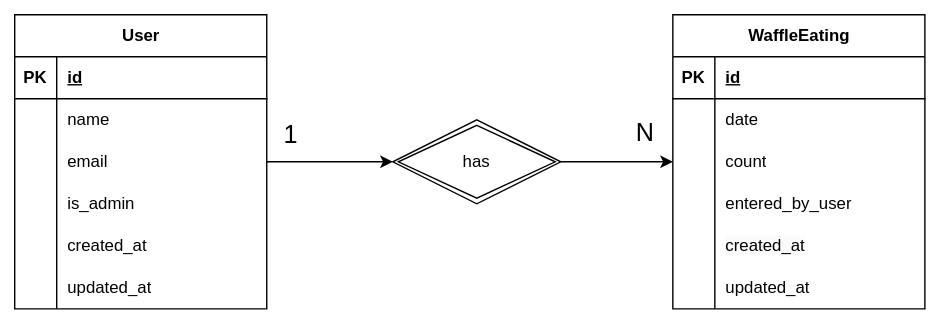
lchristmann/waffle-dashboard keeps this draw.io diagram as docs/diagrams/db-schema.drawio.svg. Above is the earlier version. Source tidied: cells renumbered, new cells last; positions are measured from the earlier drawing's top-left corner, leaving out a move shared by most shapes. Its diagram source:
```xml
<mxGraphModel background="#ffffff">
  <root>
    <mxCell id="0" />
    <mxCell id="1" parent="0" />
    <mxCell id="2" style="edgeStyle=none;html=1;" parent="1" edge="1" source="3" target="43">
      <mxGeometry relative="1" as="geometry" />
    </mxCell>
    <mxCell id="3" value="&lt;span style=&quot;background-color: light-dark(#ffffff, var(--ge-dark-color, #121212));&quot;&gt;User&lt;/span&gt;" style="shape=table;startSize=30;rowLines=0;fontStyle=1;align=center;html=1;strokeColor=default;fillColor=default;labelBackgroundColor=default;" parent="1" vertex="1">
      <mxGeometry width="180" height="210" as="geometry" />
    </mxCell>
    <mxCell id="4" style="shape=tableRow;horizontal=0;startSize=0;swimlaneHead=0;swimlaneBody=0;fillColor=none;top=0;left=0;right=0;bottom=1;" parent="3" vertex="1">
      <mxGeometry y="30" width="180" height="30" as="geometry" />
    </mxCell>
    <mxCell id="5" value="PK" style="shape=partialRectangle;fillColor=none;top=0;left=0;bottom=0;right=0;fontStyle=1;overflow=hidden;whiteSpace=wrap;html=1;" parent="4" vertex="1">
      <mxGeometry width="30" height="30" as="geometry" />
    </mxCell>
    <mxCell id="6" value="id" style="shape=partialRectangle;fillColor=none;top=0;left=0;bottom=0;right=0;align=left;spacingLeft=6;fontStyle=5;overflow=hidden;whiteSpace=wrap;html=1;" parent="4" vertex="1">
      <mxGeometry x="30" width="150" height="30" as="geometry" />
    </mxCell>
    <mxCell id="7" style="shape=tableRow;horizontal=0;startSize=0;swimlaneHead=0;swimlaneBody=0;fillColor=none;top=0;left=0;right=0;bottom=0;" parent="3" vertex="1">
      <mxGeometry y="60" width="180" height="30" as="geometry" />
    </mxCell>
    <mxCell id="8" style="shape=partialRectangle;fillColor=none;top=0;left=0;bottom=0;right=0;overflow=hidden;whiteSpace=wrap;html=1;" parent="7" vertex="1">
      <mxGeometry width="30" height="30" as="geometry" />
    </mxCell>
    <mxCell id="9" value="name" style="shape=partialRectangle;fillColor=none;top=0;left=0;bottom=0;right=0;align=left;spacingLeft=6;overflow=hidden;whiteSpace=wrap;html=1;" parent="7" vertex="1">
      <mxGeometry x="30" width="150" height="30" as="geometry" />
    </mxCell>
    <mxCell id="10" style="shape=tableRow;horizontal=0;startSize=0;swimlaneHead=0;swimlaneBody=0;fillColor=none;top=0;left=0;right=0;bottom=0;" parent="3" vertex="1">
      <mxGeometry y="90" width="180" height="30" as="geometry" />
    </mxCell>
    <mxCell id="11" style="shape=partialRectangle;fillColor=none;top=0;left=0;bottom=0;right=0;overflow=hidden;whiteSpace=wrap;html=1;" parent="10" vertex="1">
      <mxGeometry width="30" height="30" as="geometry" />
    </mxCell>
    <mxCell id="12" value="email" style="shape=partialRectangle;fillColor=none;top=0;left=0;bottom=0;right=0;align=left;spacingLeft=6;overflow=hidden;whiteSpace=wrap;html=1;" parent="10" vertex="1">
      <mxGeometry x="30" width="150" height="30" as="geometry" />
    </mxCell>
    <mxCell id="13" style="shape=tableRow;horizontal=0;startSize=0;swimlaneHead=0;swimlaneBody=0;fillColor=none;top=0;left=0;right=0;bottom=0;" parent="3" vertex="1">
      <mxGeometry y="120" width="180" height="30" as="geometry" />
    </mxCell>
    <mxCell id="14" style="shape=partialRectangle;fillColor=none;top=0;left=0;bottom=0;right=0;overflow=hidden;whiteSpace=wrap;html=1;" parent="13" vertex="1">
      <mxGeometry width="30" height="30" as="geometry" />
    </mxCell>
    <mxCell id="15" value="is_admin" style="shape=partialRectangle;fillColor=none;top=0;left=0;bottom=0;right=0;align=left;spacingLeft=6;overflow=hidden;whiteSpace=wrap;html=1;" parent="13" vertex="1">
      <mxGeometry x="30" width="150" height="30" as="geometry" />
    </mxCell>
    <mxCell id="16" style="shape=tableRow;horizontal=0;startSize=0;swimlaneHead=0;swimlaneBody=0;fillColor=none;top=0;left=0;right=0;bottom=0;" parent="3" vertex="1">
      <mxGeometry y="150" width="180" height="30" as="geometry" />
    </mxCell>
    <mxCell id="17" style="shape=partialRectangle;fillColor=none;top=0;left=0;bottom=0;right=0;overflow=hidden;whiteSpace=wrap;html=1;" parent="16" vertex="1">
      <mxGeometry width="30" height="30" as="geometry" />
    </mxCell>
    <mxCell id="18" value="&lt;span style=&quot;color: rgb(0, 0, 0);&quot;&gt;created_at&lt;/span&gt;" style="shape=partialRectangle;fillColor=none;top=0;left=0;bottom=0;right=0;align=left;spacingLeft=6;overflow=hidden;whiteSpace=wrap;html=1;" parent="16" vertex="1">
      <mxGeometry x="30" width="150" height="30" as="geometry" />
    </mxCell>
    <mxCell id="19" style="shape=tableRow;horizontal=0;startSize=0;swimlaneHead=0;swimlaneBody=0;fillColor=none;top=0;left=0;right=0;bottom=0;" parent="3" vertex="1">
      <mxGeometry y="180" width="180" height="30" as="geometry" />
    </mxCell>
    <mxCell id="20" style="shape=partialRectangle;fillColor=none;top=0;left=0;bottom=0;right=0;overflow=hidden;whiteSpace=wrap;html=1;" parent="19" vertex="1">
      <mxGeometry width="30" height="30" as="geometry" />
    </mxCell>
    <mxCell id="21" value="&lt;span style=&quot;color: rgb(0, 0, 0);&quot;&gt;updated_at&lt;/span&gt;" style="shape=partialRectangle;fillColor=none;top=0;left=0;bottom=0;right=0;align=left;spacingLeft=6;overflow=hidden;whiteSpace=wrap;html=1;" parent="19" vertex="1">
      <mxGeometry x="30" width="150" height="30" as="geometry" />
    </mxCell>
    <mxCell id="22" value="WaffleEating" style="shape=table;startSize=30;rowLines=0;fontStyle=1;align=center;html=1;labelBackgroundColor=default;" parent="1" vertex="1">
      <mxGeometry x="470" width="180" height="210" as="geometry" />
    </mxCell>
    <mxCell id="23" style="shape=tableRow;horizontal=0;startSize=0;swimlaneHead=0;swimlaneBody=0;fillColor=none;top=0;left=0;right=0;bottom=1;" parent="22" vertex="1">
      <mxGeometry y="30" width="180" height="30" as="geometry" />
    </mxCell>
    <mxCell id="24" value="PK" style="shape=partialRectangle;fillColor=none;top=0;left=0;bottom=0;right=0;fontStyle=1;overflow=hidden;whiteSpace=wrap;html=1;" parent="23" vertex="1">
      <mxGeometry width="30" height="30" as="geometry" />
    </mxCell>
    <mxCell id="25" value="id" style="shape=partialRectangle;fillColor=none;top=0;left=0;bottom=0;right=0;align=left;spacingLeft=6;fontStyle=5;overflow=hidden;whiteSpace=wrap;html=1;" parent="23" vertex="1">
      <mxGeometry x="30" width="150" height="30" as="geometry" />
    </mxCell>
    <mxCell id="26" style="shape=tableRow;horizontal=0;startSize=0;swimlaneHead=0;swimlaneBody=0;fillColor=none;top=0;left=0;right=0;bottom=0;" parent="22" vertex="1">
      <mxGeometry y="60" width="180" height="30" as="geometry" />
    </mxCell>
    <mxCell id="27" style="shape=partialRectangle;fillColor=none;top=0;left=0;bottom=0;right=0;overflow=hidden;whiteSpace=wrap;html=1;" parent="26" vertex="1">
      <mxGeometry width="30" height="30" as="geometry" />
    </mxCell>
    <mxCell id="28" value="date" style="shape=partialRectangle;fillColor=none;top=0;left=0;bottom=0;right=0;align=left;spacingLeft=6;overflow=hidden;whiteSpace=wrap;html=1;" parent="26" vertex="1">
      <mxGeometry x="30" width="150" height="30" as="geometry" />
    </mxCell>
    <mxCell id="29" style="shape=tableRow;horizontal=0;startSize=0;swimlaneHead=0;swimlaneBody=0;fillColor=none;top=0;left=0;right=0;bottom=0;" parent="22" vertex="1">
      <mxGeometry y="90" width="180" height="30" as="geometry" />
    </mxCell>
    <mxCell id="30" style="shape=partialRectangle;fillColor=none;top=0;left=0;bottom=0;right=0;overflow=hidden;whiteSpace=wrap;html=1;" parent="29" vertex="1">
      <mxGeometry width="30" height="30" as="geometry" />
    </mxCell>
    <mxCell id="31" value="count" style="shape=partialRectangle;fillColor=none;top=0;left=0;bottom=0;right=0;align=left;spacingLeft=6;overflow=hidden;whiteSpace=wrap;html=1;" parent="29" vertex="1">
      <mxGeometry x="30" width="150" height="30" as="geometry" />
    </mxCell>
    <mxCell id="32" style="shape=tableRow;horizontal=0;startSize=0;swimlaneHead=0;swimlaneBody=0;fillColor=none;top=0;left=0;right=0;bottom=0;" parent="22" vertex="1">
      <mxGeometry y="120" width="180" height="30" as="geometry" />
    </mxCell>
    <mxCell id="33" style="shape=partialRectangle;fillColor=none;top=0;left=0;bottom=0;right=0;overflow=hidden;whiteSpace=wrap;html=1;" parent="32" vertex="1">
      <mxGeometry width="30" height="30" as="geometry" />
    </mxCell>
    <mxCell id="34" value="entered_by_user" style="shape=partialRectangle;fillColor=none;top=0;left=0;bottom=0;right=0;align=left;spacingLeft=6;overflow=hidden;whiteSpace=wrap;html=1;" parent="32" vertex="1">
      <mxGeometry x="30" width="150" height="30" as="geometry" />
    </mxCell>
    <mxCell id="35" style="shape=tableRow;horizontal=0;startSize=0;swimlaneHead=0;swimlaneBody=0;fillColor=none;top=0;left=0;right=0;bottom=0;" parent="22" vertex="1">
      <mxGeometry y="150" width="180" height="30" as="geometry" />
    </mxCell>
    <mxCell id="36" style="shape=partialRectangle;fillColor=none;top=0;left=0;bottom=0;right=0;overflow=hidden;whiteSpace=wrap;html=1;" parent="35" vertex="1">
      <mxGeometry width="30" height="30" as="geometry" />
    </mxCell>
    <mxCell id="37" value="&lt;span style=&quot;color: rgb(0, 0, 0); font-family: Helvetica; font-size: 12px; font-style: normal; font-variant-ligatures: normal; font-variant-caps: normal; font-weight: 400; letter-spacing: normal; orphans: 2; text-align: left; text-indent: 0px; text-transform: none; widows: 2; word-spacing: 0px; -webkit-text-stroke-width: 0px; white-space: normal; background-color: rgb(251, 251, 251); text-decoration-thickness: initial; text-decoration-style: initial; text-decoration-color: initial; display: inline !important; float: none;&quot;&gt;created_at&lt;/span&gt;" style="shape=partialRectangle;fillColor=none;top=0;left=0;bottom=0;right=0;align=left;spacingLeft=6;overflow=hidden;whiteSpace=wrap;html=1;" parent="35" vertex="1">
      <mxGeometry x="30" width="150" height="30" as="geometry" />
    </mxCell>
    <mxCell id="38" style="shape=tableRow;horizontal=0;startSize=0;swimlaneHead=0;swimlaneBody=0;fillColor=none;top=0;left=0;right=0;bottom=0;" parent="22" vertex="1">
      <mxGeometry y="180" width="180" height="30" as="geometry" />
    </mxCell>
    <mxCell id="39" style="shape=partialRectangle;fillColor=none;top=0;left=0;bottom=0;right=0;overflow=hidden;whiteSpace=wrap;html=1;" parent="38" vertex="1">
      <mxGeometry width="30" height="30" as="geometry" />
    </mxCell>
    <mxCell id="40" value="&lt;span style=&quot;color: rgb(0, 0, 0);&quot;&gt;updated_at&lt;/span&gt;" style="shape=partialRectangle;fillColor=none;top=0;left=0;bottom=0;right=0;align=left;spacingLeft=6;overflow=hidden;whiteSpace=wrap;html=1;" parent="38" vertex="1">
      <mxGeometry x="30" width="150" height="30" as="geometry" />
    </mxCell>
    <mxCell id="41" style="edgeStyle=none;html=1;" parent="1" edge="1" source="43" target="22">
      <mxGeometry relative="1" as="geometry" />
    </mxCell>
    <mxCell id="42" value="N" style="edgeLabel;html=1;align=center;verticalAlign=middle;fontSize=18;" parent="41" vertex="1">
      <mxGeometry x="0.54" y="3" relative="1" as="geometry">
        <mxPoint x="-2" y="-17" as="offset" />
      </mxGeometry>
    </mxCell>
    <mxCell id="43" value="&lt;span style=&quot;&quot;&gt;has&lt;/span&gt;" style="shape=rhombus;double=1;perimeter=rhombusPerimeter;whiteSpace=wrap;html=1;align=center;labelBackgroundColor=default;" parent="1" vertex="1">
      <mxGeometry x="270" y="75" width="120" height="60" as="geometry" />
    </mxCell>
    <mxCell id="44" value="1" style="edgeLabel;html=1;align=center;verticalAlign=middle;fontSize=18;" parent="1" vertex="1">
      <mxGeometry x="350" y="90" as="geometry">
        <mxPoint x="-153" y="-4" as="offset" />
      </mxGeometry>
    </mxCell>
  </root>
</mxGraphModel>
```
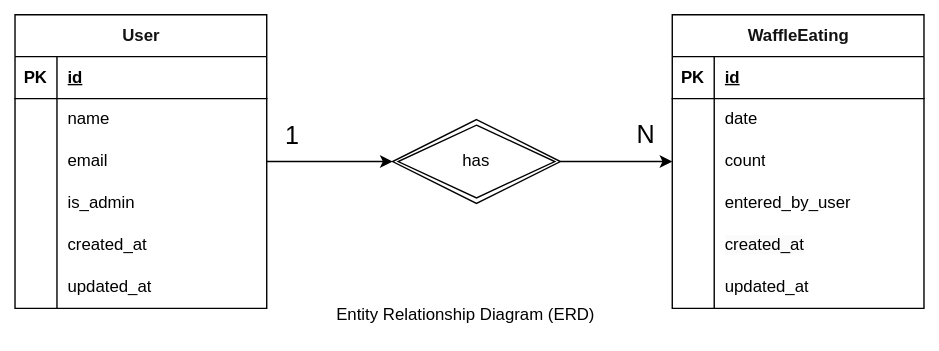
The same file after the commit.

Change to the diagram source:
```diff
@@ -5,7 +5,7 @@
     <mxCell id="2" style="edgeStyle=none;html=1;" parent="1" edge="1" source="3" target="43">
       <mxGeometry relative="1" as="geometry" />
     </mxCell>
-    <mxCell id="3" value="&lt;span style=&quot;background-color: light-dark(#ffffff, var(--ge-dark-color, #121212));&quot;&gt;User&lt;/span&gt;" style="shape=table;startSize=30;rowLines=0;fontStyle=1;align=center;html=1;strokeColor=default;fillColor=default;labelBackgroundColor=default;" parent="1" vertex="1">
+    <mxCell id="3" value="&lt;span style=&quot;background-color: light-dark(#ffffff, var(--ge-dark-color, #121212));&quot;&gt;&lt;font style=&quot;color: rgb(18, 18, 18);&quot;&gt;User&lt;/font&gt;&lt;/span&gt;" style="shape=table;startSize=30;rowLines=0;fontStyle=1;align=center;html=1;strokeColor=default;fillColor=#FFFFFF;labelBackgroundColor=default;" parent="1" vertex="1">
       <mxGeometry width="180" height="210" as="geometry" />
     </mxCell>
     <mxCell id="4" style="shape=tableRow;horizontal=0;startSize=0;swimlaneHead=0;swimlaneBody=0;fillColor=none;top=0;left=0;right=0;bottom=1;" parent="3" vertex="1">
@@ -62,7 +62,7 @@
     <mxCell id="21" value="&lt;span style=&quot;color: rgb(0, 0, 0);&quot;&gt;updated_at&lt;/span&gt;" style="shape=partialRectangle;fillColor=none;top=0;left=0;bottom=0;right=0;align=left;spacingLeft=6;overflow=hidden;whiteSpace=wrap;html=1;" parent="19" vertex="1">
       <mxGeometry x="30" width="150" height="30" as="geometry" />
     </mxCell>
-    <mxCell id="22" value="WaffleEating" style="shape=table;startSize=30;rowLines=0;fontStyle=1;align=center;html=1;labelBackgroundColor=default;" parent="1" vertex="1">
+    <mxCell id="22" value="&lt;span style=&quot;background-color: light-dark(#ffffff, var(--ge-dark-color, #121212));&quot;&gt;&lt;font style=&quot;color: rgb(18, 18, 18);&quot;&gt;WaffleEating&lt;/font&gt;&lt;/span&gt;" style="shape=table;startSize=30;rowLines=0;fontStyle=1;align=center;html=1;labelBackgroundColor=default;fillColor=#FFFFFF;" parent="1" vertex="1">
       <mxGeometry x="470" width="180" height="210" as="geometry" />
     </mxCell>
     <mxCell id="23" style="shape=tableRow;horizontal=0;startSize=0;swimlaneHead=0;swimlaneBody=0;fillColor=none;top=0;left=0;right=0;bottom=1;" parent="22" vertex="1">
@@ -127,7 +127,7 @@
         <mxPoint x="-2" y="-17" as="offset" />
       </mxGeometry>
     </mxCell>
-    <mxCell id="43" value="&lt;span style=&quot;&quot;&gt;has&lt;/span&gt;" style="shape=rhombus;double=1;perimeter=rhombusPerimeter;whiteSpace=wrap;html=1;align=center;labelBackgroundColor=default;" parent="1" vertex="1">
+    <mxCell id="43" value="&lt;span style=&quot;background-color: light-dark(#ffffff, var(--ge-dark-color, #121212));&quot;&gt;has&lt;/span&gt;" style="shape=rhombus;double=1;perimeter=rhombusPerimeter;whiteSpace=wrap;html=1;align=center;labelBackgroundColor=default;fillColor=#FFFFFF;" parent="1" vertex="1">
       <mxGeometry x="270" y="75" width="120" height="60" as="geometry" />
     </mxCell>
     <mxCell id="44" value="1" style="edgeLabel;html=1;align=center;verticalAlign=middle;fontSize=18;" parent="1" vertex="1">
@@ -135,5 +135,8 @@
         <mxPoint x="-153" y="-4" as="offset" />
       </mxGeometry>
     </mxCell>
+    <mxCell id="45" value="Entity Relationship Diagram (ERD)" style="text;html=1;strokeColor=none;fillColor=none;align=center;verticalAlign=middle;whiteSpace=wrap;rounded=0;" parent="1" vertex="1">
+      <mxGeometry x="190" y="200" width="265" height="30" as="geometry" />
+    </mxCell>
   </root>
 </mxGraphModel>
```
